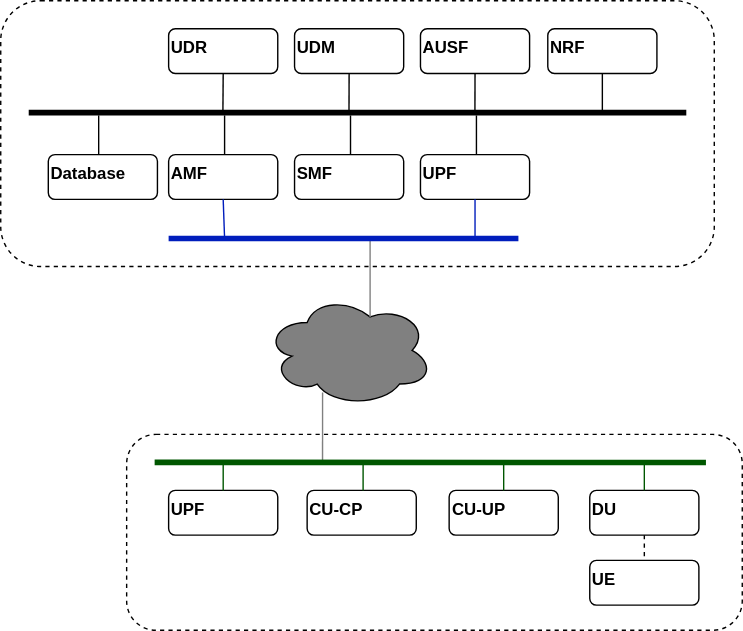
Before: images/split.svg, a diagram exported from draw.io (dsaucez/blueprint). Source tidied: cells renumbered, new cells last; positions are measured from the earlier drawing's top-left corner, leaving out a move shared by most shapes.
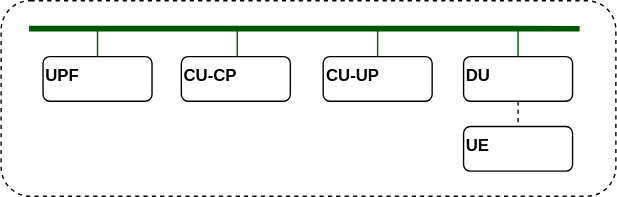
Above is the later version.

The edit, as a diff of the source:
```diff
@@ -5,83 +5,6 @@
     <mxCell id="2" style="rounded=1;whiteSpace=wrap;html=1;strokeColor=#000000;strokeWidth=1;fontColor=#000000;fillColor=none;align=center;verticalAlign=top;dashed=1;" parent="1" vertex="1">
       <mxGeometry x="90" y="310" width="440" height="140" as="geometry" />
     </mxCell>
-    <mxCell id="3" style="rounded=1;whiteSpace=wrap;html=1;strokeColor=#000000;strokeWidth=1;fontColor=#000000;fillColor=none;align=center;verticalAlign=top;dashed=1;" parent="1" vertex="1">
-      <mxGeometry width="510" height="190" as="geometry" />
-    </mxCell>
-    <mxCell id="4" value="&lt;b&gt;UDR&lt;/b&gt;" style="rounded=1;whiteSpace=wrap;html=1;strokeColor=#000000;strokeWidth=1;fontColor=#000000;fillColor=none;align=left;verticalAlign=top;" parent="1" vertex="1">
-      <mxGeometry x="120" y="20" width="78" height="32" as="geometry" />
-    </mxCell>
-    <mxCell id="5" value="&lt;b&gt;UDM&lt;/b&gt;" style="rounded=1;whiteSpace=wrap;html=1;strokeColor=#000000;strokeWidth=1;fontColor=#000000;fillColor=none;align=left;verticalAlign=top;" parent="1" vertex="1">
-      <mxGeometry x="210" y="20" width="78" height="32" as="geometry" />
-    </mxCell>
-    <mxCell id="6" value="&lt;b&gt;NRF&lt;/b&gt;" style="rounded=1;whiteSpace=wrap;html=1;strokeColor=#000000;strokeWidth=1;fontColor=#000000;fillColor=none;align=left;verticalAlign=top;" parent="1" vertex="1">
-      <mxGeometry x="391" y="20" width="78" height="32" as="geometry" />
-    </mxCell>
-    <mxCell id="7" value="&lt;b&gt;AMF&lt;/b&gt;" style="rounded=1;whiteSpace=wrap;html=1;strokeColor=#000000;strokeWidth=1;fontColor=#000000;fillColor=none;align=left;verticalAlign=top;" parent="1" vertex="1">
-      <mxGeometry x="120" y="110" width="78" height="32" as="geometry" />
-    </mxCell>
-    <mxCell id="8" value="&lt;b&gt;UPF&lt;/b&gt;" style="rounded=1;whiteSpace=wrap;html=1;strokeColor=#000000;strokeWidth=1;fontColor=#000000;fillColor=none;align=left;verticalAlign=top;" parent="1" vertex="1">
-      <mxGeometry x="300" y="110" width="78" height="32" as="geometry" />
-    </mxCell>
-    <mxCell id="9" value="&lt;b&gt;SMF&lt;/b&gt;" style="rounded=1;whiteSpace=wrap;html=1;strokeColor=#000000;strokeWidth=1;fontColor=#000000;fillColor=none;align=left;verticalAlign=top;" parent="1" vertex="1">
-      <mxGeometry x="210" y="110" width="78" height="32" as="geometry" />
-    </mxCell>
-    <mxCell id="10" value="&lt;b&gt;AUSF&lt;/b&gt;" style="rounded=1;whiteSpace=wrap;html=1;strokeColor=#000000;strokeWidth=1;fontColor=#000000;fillColor=none;align=left;verticalAlign=top;" parent="1" vertex="1">
-      <mxGeometry x="300" y="20" width="78" height="32" as="geometry" />
-    </mxCell>
-    <mxCell id="11" value="&lt;b&gt;Database&lt;/b&gt;" style="rounded=1;whiteSpace=wrap;html=1;strokeColor=#000000;strokeWidth=1;fontColor=#000000;fillColor=none;align=left;verticalAlign=top;" parent="1" vertex="1">
-      <mxGeometry x="34" y="110" width="78" height="32" as="geometry" />
-    </mxCell>
-    <mxCell id="12" style="endArrow=none;html=1;fontColor=#000000;strokeWidth=4;strokeColor=#000000;" parent="1" edge="1">
-      <mxGeometry relative="1" as="geometry">
-        <mxPoint x="490" y="80" as="sourcePoint" />
-        <mxPoint x="20" y="80" as="targetPoint" />
-      </mxGeometry>
-    </mxCell>
-    <mxCell id="13" style="edgeStyle=none;html=1;strokeColor=#000000;strokeWidth=1;fontColor=#000000;endArrow=none;endFill=0;exitX=0.5;exitY=1;exitDx=0;exitDy=0;" parent="1" edge="1" source="6">
-      <mxGeometry relative="1" as="geometry">
-        <mxPoint x="430" y="80" as="targetPoint" />
-      </mxGeometry>
-    </mxCell>
-    <mxCell id="14" style="edgeStyle=none;html=1;strokeColor=#000000;strokeWidth=1;fontColor=#000000;endArrow=none;endFill=0;exitX=0.5;exitY=1;exitDx=0;exitDy=0;" parent="1" edge="1" source="10">
-      <mxGeometry relative="1" as="geometry">
-        <mxPoint x="338.9" y="80" as="targetPoint" />
-      </mxGeometry>
-    </mxCell>
-    <mxCell id="15" style="edgeStyle=none;html=1;strokeColor=#000000;strokeWidth=1;fontColor=#000000;endArrow=none;endFill=0;exitX=0.5;exitY=1;exitDx=0;exitDy=0;" parent="1" edge="1" source="5">
-      <mxGeometry relative="1" as="geometry">
-        <mxPoint x="248.9" y="80" as="targetPoint" />
-      </mxGeometry>
-    </mxCell>
-    <mxCell id="16" style="edgeStyle=none;html=1;strokeColor=#000000;strokeWidth=1;fontColor=#000000;endArrow=none;endFill=0;exitX=0.5;exitY=1;exitDx=0;exitDy=0;" parent="1" edge="1" source="4">
-      <mxGeometry relative="1" as="geometry">
-        <mxPoint x="158.8" y="80" as="targetPoint" />
-      </mxGeometry>
-    </mxCell>
-    <mxCell id="17" style="edgeStyle=none;html=1;strokeColor=#000000;strokeWidth=1;fontColor=#000000;endArrow=none;endFill=0;exitX=0.5;exitY=1;exitDx=0;exitDy=0;" parent="1" edge="1">
-      <mxGeometry relative="1" as="geometry">
-        <mxPoint x="340" y="82" as="sourcePoint" />
-        <mxPoint x="340" y="110" as="targetPoint" />
-      </mxGeometry>
-    </mxCell>
-    <mxCell id="18" style="edgeStyle=none;html=1;strokeColor=#000000;strokeWidth=1;fontColor=#000000;endArrow=none;endFill=0;exitX=0.5;exitY=1;exitDx=0;exitDy=0;" parent="1" edge="1">
-      <mxGeometry relative="1" as="geometry">
-        <mxPoint x="250" y="82" as="sourcePoint" />
-        <mxPoint x="250" y="110" as="targetPoint" />
-      </mxGeometry>
-    </mxCell>
-    <mxCell id="19" style="edgeStyle=none;html=1;strokeColor=#000000;strokeWidth=1;fontColor=#000000;endArrow=none;endFill=0;exitX=0.5;exitY=1;exitDx=0;exitDy=0;" parent="1" edge="1">
-      <mxGeometry relative="1" as="geometry">
-        <mxPoint x="160" y="82" as="sourcePoint" />
-        <mxPoint x="160" y="110" as="targetPoint" />
-      </mxGeometry>
-    </mxCell>
-    <mxCell id="20" style="edgeStyle=none;html=1;strokeColor=#000000;strokeWidth=1;fontColor=#000000;endArrow=none;endFill=0;exitX=0.5;exitY=1;exitDx=0;exitDy=0;" parent="1" edge="1">
-      <mxGeometry relative="1" as="geometry">
-        <mxPoint x="70" y="82" as="sourcePoint" />
-        <mxPoint x="70" y="110" as="targetPoint" />
-      </mxGeometry>
-    </mxCell>
     <mxCell id="21" value="&lt;b&gt;CU-CP&lt;/b&gt;" style="rounded=1;whiteSpace=wrap;html=1;strokeColor=#000000;strokeWidth=1;fontColor=#000000;fillColor=none;align=left;verticalAlign=top;" parent="1" vertex="1">
       <mxGeometry x="219" y="350" width="78" height="32" as="geometry" />
     </mxCell>
@@ -91,41 +14,12 @@
     <mxCell id="23" style="edgeStyle=none;html=1;strokeColor=#000000;strokeWidth=1;fontColor=#000000;endArrow=none;endFill=0;exitX=0.5;exitY=1;exitDx=0;exitDy=0;entryX=0.5;entryY=0;entryDx=0;entryDy=0;dashed=1;" parent="1" edge="1" source="33" target="22">
       <mxGeometry relative="1" as="geometry" />
     </mxCell>
-    <mxCell id="24" style="edgeStyle=none;html=1;strokeColor=#001DBC;strokeWidth=1;fontColor=#000000;endArrow=none;endFill=0;fillColor=#0050ef;exitX=0.5;exitY=1;exitDx=0;exitDy=0;" parent="1" edge="1" source="7">
-      <mxGeometry relative="1" as="geometry">
-        <mxPoint x="160" y="170" as="targetPoint" />
-      </mxGeometry>
-    </mxCell>
-    <mxCell id="25" style="edgeStyle=none;html=1;strokeColor=#001DBC;strokeWidth=1;fontColor=#000000;endArrow=none;endFill=0;fillColor=#0050ef;exitX=0.5;exitY=1;exitDx=0;exitDy=0;" parent="1" edge="1" source="8">
-      <mxGeometry relative="1" as="geometry">
-        <mxPoint x="339" y="170" as="targetPoint" />
-      </mxGeometry>
-    </mxCell>
     <mxCell id="26" style="edgeStyle=none;html=1;strokeColor=#005700;strokeWidth=1;fontColor=#000000;endArrow=none;endFill=0;fillColor=#008a00;" parent="1" edge="1">
       <mxGeometry relative="1" as="geometry">
         <mxPoint x="259" y="330" as="sourcePoint" />
         <mxPoint x="259" y="350" as="targetPoint" />
       </mxGeometry>
     </mxCell>
-    <mxCell id="27" style="ellipse;shape=cloud;whiteSpace=wrap;html=1;fillColor=#808080;" parent="1" vertex="1">
-      <mxGeometry x="189" y="210" width="120" height="80" as="geometry" />
-    </mxCell>
-    <mxCell id="28" style="edgeStyle=none;html=1;strokeColor=#808080;strokeWidth=1;fontColor=#000000;endArrow=none;endFill=0;fillColor=#a20025;entryX=0.625;entryY=0.2;entryDx=0;entryDy=0;entryPerimeter=0;" parent="1" edge="1" target="27">
-      <mxGeometry relative="1" as="geometry">
-        <mxPoint x="264" y="170" as="sourcePoint" />
-      </mxGeometry>
-    </mxCell>
-    <mxCell id="29" style="endArrow=none;html=1;fontColor=#000000;strokeWidth=4;strokeColor=#001DBC;fillColor=#0050ef;" parent="1" edge="1">
-      <mxGeometry relative="1" as="geometry">
-        <mxPoint x="370" y="170" as="sourcePoint" />
-        <mxPoint x="120" y="170" as="targetPoint" />
-      </mxGeometry>
-    </mxCell>
-    <mxCell id="30" style="edgeStyle=none;html=1;strokeColor=#808080;strokeWidth=1;fontColor=#000000;endArrow=none;endFill=0;fillColor=#a20025;exitX=0.342;exitY=0.875;exitDx=0;exitDy=0;exitPerimeter=0;" parent="1" edge="1" source="27">
-      <mxGeometry relative="1" as="geometry">
-        <mxPoint x="230" y="330" as="targetPoint" />
-      </mxGeometry>
-    </mxCell>
     <mxCell id="31" style="endArrow=none;html=1;fontColor=#000000;strokeWidth=4;strokeColor=#005700;fillColor=#008a00;exitX=0.941;exitY=0.143;exitDx=0;exitDy=0;exitPerimeter=0;" parent="1" edge="1" source="2">
       <mxGeometry relative="1" as="geometry">
         <mxPoint x="110" y="330" as="targetPoint" />
```
